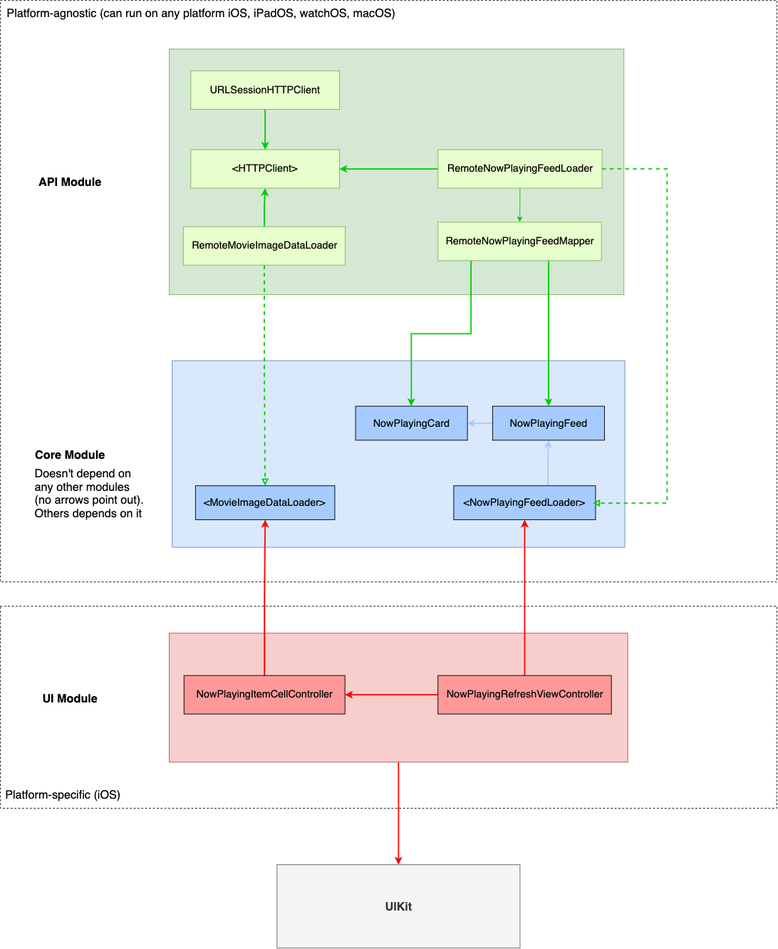
This is Architecture.png from LearnWithTung/MoviesApplication, a draw.io export, as it was before one commit. Source tidied: cells renumbered, new cells last; positions are measured from the earlier drawing's top-left corner, leaving out a move shared by most shapes. Source of this version:
```xml
<mxGraphModel>
  <root>
    <mxCell id="0" />
    <mxCell id="1" parent="0" />
    <mxCell id="2" style="rounded=0;whiteSpace=wrap;html=1;fillColor=#dae8fc;strokeColor=#6c8ebf;" parent="1" vertex="1">
      <mxGeometry x="268" y="562" width="706" height="291" as="geometry" />
    </mxCell>
    <mxCell id="3" style="edgeStyle=orthogonalEdgeStyle;rounded=0;jettySize=auto;html=1;exitX=0.664;exitY=-0.011;exitDx=0;exitDy=0;strokeColor=#A6CCFF;strokeWidth=2;exitPerimeter=0;" parent="1" edge="1" source="4" target="6">
      <mxGeometry relative="1" as="geometry" />
    </mxCell>
    <mxCell id="4" value="&amp;lt;NowPlayingFeedLoader&amp;gt;" style="rounded=0;whiteSpace=wrap;html=1;fontSize=16;fillColor=#A6CCFF;" parent="1" vertex="1">
      <mxGeometry x="707.1" y="757" width="221.2" height="53" as="geometry" />
    </mxCell>
    <mxCell id="5" style="edgeStyle=orthogonalEdgeStyle;rounded=0;jettySize=auto;html=1;strokeColor=#A6CCFF;strokeWidth=2;" parent="1" edge="1" source="6" target="7">
      <mxGeometry relative="1" as="geometry" />
    </mxCell>
    <mxCell id="6" value="NowPlayingFeed" style="rounded=0;whiteSpace=wrap;html=1;fontSize=16;fillColor=#A6CCFF;" parent="1" vertex="1">
      <mxGeometry x="767.8" y="633" width="174.5" height="53" as="geometry" />
    </mxCell>
    <mxCell id="7" value="NowPlayingCard" style="rounded=0;whiteSpace=wrap;html=1;fontSize=16;fillColor=#A6CCFF;" parent="1" vertex="1">
      <mxGeometry x="554" y="633" width="174.5" height="53" as="geometry" />
    </mxCell>
    <mxCell id="8" style="rounded=0;whiteSpace=wrap;html=1;fillColor=#d5e8d4;strokeColor=#82b366;" parent="1" vertex="1">
      <mxGeometry x="263.5" y="76" width="709" height="383" as="geometry" />
    </mxCell>
    <mxCell id="9" style="edgeStyle=orthogonalEdgeStyle;rounded=0;jettySize=auto;html=1;strokeColor=#00CC00;" parent="1" edge="1" source="12" target="15">
      <mxGeometry relative="1" as="geometry" />
    </mxCell>
    <mxCell id="10" style="edgeStyle=orthogonalEdgeStyle;rounded=0;jettySize=auto;html=1;endArrow=classic;endFill=1;strokeWidth=2;entryX=1;entryY=0.5;entryDx=0;entryDy=0;strokeColor=#00CC00;" parent="1" edge="1" source="12" target="16">
      <mxGeometry relative="1" as="geometry" />
    </mxCell>
    <mxCell id="11" style="edgeStyle=orthogonalEdgeStyle;rounded=0;jettySize=auto;html=1;fontSize=16;endArrow=block;endFill=0;strokeColor=#00CC00;strokeWidth=2;dashed=1;" parent="1" edge="1" source="12">
      <mxGeometry relative="1" as="geometry">
        <mxPoint x="924" y="784" as="targetPoint" />
        <Array as="points">
          <mxPoint x="1040" y="263" />
          <mxPoint x="1040" y="784" />
        </Array>
      </mxGeometry>
    </mxCell>
    <mxCell id="12" value="RemoteNowPlayingFeedLoader" style="rounded=0;whiteSpace=wrap;html=1;fontSize=16;strokeColor=#82b366;fillColor=#E6FFCC;" parent="1" vertex="1">
      <mxGeometry x="682.5" y="233" width="256" height="60" as="geometry" />
    </mxCell>
    <mxCell id="13" style="edgeStyle=orthogonalEdgeStyle;rounded=0;jettySize=auto;html=1;fontSize=16;endArrow=classic;endFill=1;strokeColor=#00CC00;strokeWidth=2;" parent="1" edge="1" source="15" target="7">
      <mxGeometry relative="1" as="geometry">
        <Array as="points">
          <mxPoint x="734" y="520" />
          <mxPoint x="641" y="520" />
        </Array>
      </mxGeometry>
    </mxCell>
    <mxCell id="14" style="edgeStyle=orthogonalEdgeStyle;rounded=0;jettySize=auto;html=1;fontSize=16;endArrow=classic;endFill=1;strokeColor=#00CC00;strokeWidth=2;" parent="1" edge="1" source="15" target="6">
      <mxGeometry relative="1" as="geometry">
        <Array as="points">
          <mxPoint x="855" y="456" />
          <mxPoint x="855" y="456" />
        </Array>
      </mxGeometry>
    </mxCell>
    <mxCell id="15" value="RemoteNowPlayingFeedMapper" style="rounded=0;whiteSpace=wrap;html=1;fontSize=16;strokeColor=#82b366;fillColor=#E6FFCC;" parent="1" vertex="1">
      <mxGeometry x="682.5" y="346" width="255" height="60" as="geometry" />
    </mxCell>
    <mxCell id="16" value="&amp;lt;HTTPClient&amp;gt;" style="rounded=0;whiteSpace=wrap;html=1;fontSize=16;strokeColor=#82b366;fillColor=#E6FFCC;" parent="1" vertex="1">
      <mxGeometry x="297" y="233" width="232" height="60" as="geometry" />
    </mxCell>
    <mxCell id="17" style="edgeStyle=orthogonalEdgeStyle;rounded=0;jettySize=auto;html=1;endArrow=classic;endFill=1;strokeWidth=2;strokeColor=#00CC00;" parent="1" edge="1" source="18" target="16">
      <mxGeometry relative="1" as="geometry" />
    </mxCell>
    <mxCell id="18" value="URLSessionHTTPClient" style="rounded=0;whiteSpace=wrap;html=1;fontSize=16;strokeColor=#82b366;fillColor=#E6FFCC;" parent="1" vertex="1">
      <mxGeometry x="297" y="110" width="232" height="60" as="geometry" />
    </mxCell>
    <mxCell id="19" value="&amp;lt;MovieImageDataLoader&amp;gt;" style="rounded=0;whiteSpace=wrap;html=1;fontSize=16;fillColor=#A6CCFF;" parent="1" vertex="1">
      <mxGeometry x="304.4" y="757" width="217.2" height="53" as="geometry" />
    </mxCell>
    <mxCell id="20" style="edgeStyle=orthogonalEdgeStyle;rounded=0;jettySize=auto;html=1;endArrow=block;endFill=0;strokeWidth=2;strokeColor=#00CC00;dashed=1;" parent="1" edge="1" source="22" target="19">
      <mxGeometry relative="1" as="geometry" />
    </mxCell>
    <mxCell id="21" style="edgeStyle=orthogonalEdgeStyle;rounded=0;jettySize=auto;html=1;endArrow=classic;endFill=1;strokeWidth=2;entryX=0.5;entryY=1;entryDx=0;entryDy=0;strokeColor=#00CC00;" parent="1" edge="1" source="22" target="16">
      <mxGeometry relative="1" as="geometry" />
    </mxCell>
    <mxCell id="22" value="RemoteMovieImageDataLoader" style="rounded=0;whiteSpace=wrap;html=1;fontSize=16;strokeColor=#82b366;fillColor=#E6FFCC;" parent="1" vertex="1">
      <mxGeometry x="285.5" y="353" width="252.5" height="60" as="geometry" />
    </mxCell>
    <mxCell id="23" style="edgeStyle=orthogonalEdgeStyle;rounded=0;jettySize=auto;html=1;fontSize=18;endArrow=classic;endFill=1;strokeWidth=2;strokeColor=#FF0000;" parent="1" edge="1" source="24" target="33">
      <mxGeometry relative="1" as="geometry" />
    </mxCell>
    <mxCell id="24" style="rounded=0;whiteSpace=wrap;html=1;fillColor=#f8cecc;strokeColor=#b85450;" parent="1" vertex="1">
      <mxGeometry x="263.5" y="987" width="715" height="201" as="geometry" />
    </mxCell>
    <mxCell id="25" style="edgeStyle=orthogonalEdgeStyle;rounded=0;jettySize=auto;html=1;endArrow=classic;endFill=1;strokeWidth=2;strokeColor=#FF0000;" parent="1" edge="1" source="27" target="4">
      <mxGeometry relative="1" as="geometry" />
    </mxCell>
    <mxCell id="26" style="edgeStyle=orthogonalEdgeStyle;rounded=0;jettySize=auto;html=1;endArrow=classic;endFill=1;strokeWidth=2;strokeColor=#FF0000;" parent="1" edge="1" source="27" target="29">
      <mxGeometry relative="1" as="geometry" />
    </mxCell>
    <mxCell id="27" value="NowPlayingRefreshViewController" style="rounded=0;whiteSpace=wrap;html=1;fontSize=16;fillColor=#FF9999;" parent="1" vertex="1">
      <mxGeometry x="682.5" y="1053" width="270.5" height="60" as="geometry" />
    </mxCell>
    <mxCell id="28" style="edgeStyle=orthogonalEdgeStyle;rounded=0;jettySize=auto;html=1;endArrow=classic;endFill=1;strokeWidth=2;strokeColor=#FF0000;" parent="1" edge="1" source="29" target="19">
      <mxGeometry relative="1" as="geometry" />
    </mxCell>
    <mxCell id="29" value="NowPlayingItemCellController" style="rounded=0;whiteSpace=wrap;html=1;fontSize=16;fillColor=#FF9999;" parent="1" vertex="1">
      <mxGeometry x="286.5" y="1053" width="251" height="60" as="geometry" />
    </mxCell>
    <mxCell id="30" value="API Module" style="text;html=1;strokeColor=none;fillColor=none;align=center;verticalAlign=middle;whiteSpace=wrap;rounded=0;fontSize=18;fontStyle=1;" parent="1" vertex="1">
      <mxGeometry x="32" y="232.5" width="154" height="101.5" as="geometry" />
    </mxCell>
    <mxCell id="31" value="Core Module" style="text;html=1;strokeColor=none;fillColor=none;align=center;verticalAlign=middle;whiteSpace=wrap;rounded=0;fontSize=18;fontStyle=1;" parent="1" vertex="1">
      <mxGeometry x="32" y="656.8" width="154" height="101.5" as="geometry" />
    </mxCell>
    <mxCell id="32" value="UI Module" style="text;html=1;strokeColor=none;fillColor=none;align=center;verticalAlign=middle;whiteSpace=wrap;rounded=0;fontSize=18;fontStyle=1;" parent="1" vertex="1">
      <mxGeometry x="32" y="1036.8" width="154" height="101.5" as="geometry" />
    </mxCell>
    <mxCell id="33" value="UIKit" style="rounded=0;whiteSpace=wrap;html=1;fontSize=18;strokeColor=#666666;fillColor=#f5f5f5;fontStyle=1;fontColor=#333333;" parent="1" vertex="1">
      <mxGeometry x="431.5" y="1348" width="379" height="130" as="geometry" />
    </mxCell>
    <mxCell id="34" style="rounded=0;whiteSpace=wrap;html=1;fontSize=18;strokeColor=#000000;gradientColor=none;fillColor=none;dashed=1;fontStyle=1;" parent="1" vertex="1">
      <mxGeometry width="1211" height="907" as="geometry" />
    </mxCell>
    <mxCell id="35" value="Platform-agnostic (can run on any platform iOS, iPadOS, watchOS, macOS)" style="text;html=1;strokeColor=none;fillColor=none;align=center;verticalAlign=middle;whiteSpace=wrap;rounded=0;dashed=1;fontSize=18;" parent="1" vertex="1">
      <mxGeometry y="3" width="627" height="34" as="geometry" />
    </mxCell>
    <mxCell id="36" style="rounded=0;whiteSpace=wrap;html=1;fontSize=18;strokeColor=#000000;gradientColor=none;fillColor=none;dashed=1;fontStyle=1;" parent="1" vertex="1">
      <mxGeometry y="945" width="1211" height="315" as="geometry" />
    </mxCell>
    <mxCell id="37" value="Platform-specific (iOS)" style="text;html=1;strokeColor=none;fillColor=none;align=center;verticalAlign=middle;whiteSpace=wrap;rounded=0;dashed=1;fontSize=18;" parent="1" vertex="1">
      <mxGeometry y="1222" width="196" height="34" as="geometry" />
    </mxCell>
    <mxCell id="38" value="Doesn't depend on any other modules (no arrows point out). Others depends on it" style="text;html=1;strokeColor=none;fillColor=none;align=left;verticalAlign=middle;whiteSpace=wrap;rounded=0;dashed=1;fontSize=18;" parent="1" vertex="1">
      <mxGeometry x="52" y="723" width="181" height="90" as="geometry" />
    </mxCell>
  </root>
</mxGraphModel>
```
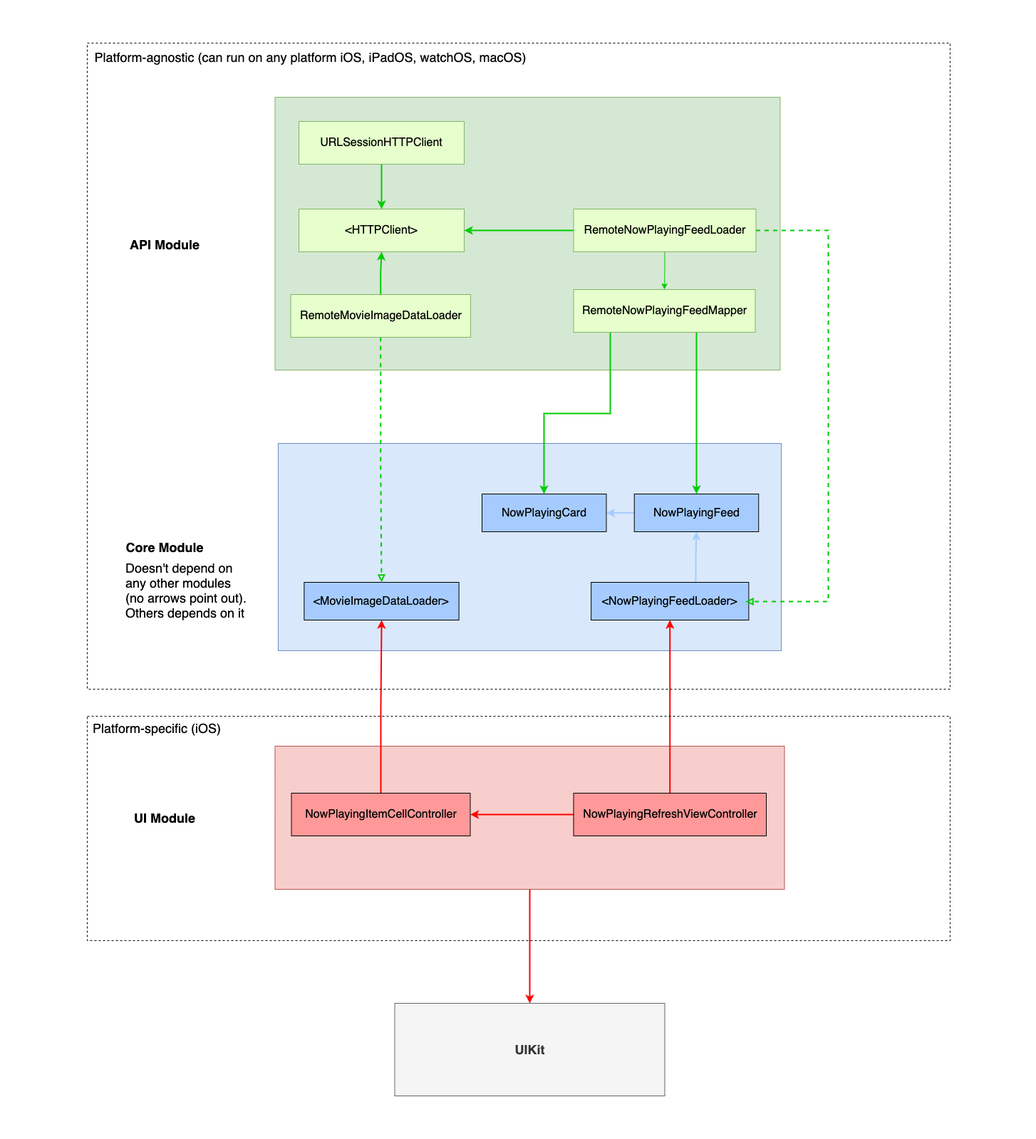
The same file after the commit.

Commit message:
replace architecture image

The edit, as a diff of the source:
```diff
@@ -124,10 +124,22 @@
       <mxGeometry y="945" width="1211" height="315" as="geometry" />
     </mxCell>
     <mxCell id="37" value="Platform-specific (iOS)" style="text;html=1;strokeColor=none;fillColor=none;align=center;verticalAlign=middle;whiteSpace=wrap;rounded=0;dashed=1;fontSize=18;" parent="1" vertex="1">
-      <mxGeometry y="1222" width="196" height="34" as="geometry" />
+      <mxGeometry y="945" width="196" height="34" as="geometry" />
     </mxCell>
     <mxCell id="38" value="Doesn't depend on any other modules (no arrows point out). Others depends on it" style="text;html=1;strokeColor=none;fillColor=none;align=left;verticalAlign=middle;whiteSpace=wrap;rounded=0;dashed=1;fontSize=18;" parent="1" vertex="1">
       <mxGeometry x="52" y="723" width="181" height="90" as="geometry" />
     </mxCell>
+    <mxCell id="39" style="rounded=0;whiteSpace=wrap;html=1;dashed=1;fontSize=18;fillColor=none;gradientColor=none;align=left;strokeColor=none;" parent="1" vertex="1">
+      <mxGeometry x="-122" width="120" height="60" as="geometry" />
+    </mxCell>
+    <mxCell id="40" style="rounded=0;whiteSpace=wrap;html=1;dashed=1;fontSize=18;fillColor=none;gradientColor=none;align=left;strokeColor=none;" parent="1" vertex="1">
+      <mxGeometry x="1211" width="120" height="60" as="geometry" />
+    </mxCell>
+    <mxCell id="41" style="rounded=0;whiteSpace=wrap;html=1;dashed=1;fontSize=18;fillColor=none;gradientColor=none;align=left;strokeColor=none;" parent="1" vertex="1">
+      <mxGeometry y="-60" width="120" height="60" as="geometry" />
+    </mxCell>
+    <mxCell id="42" style="rounded=0;whiteSpace=wrap;html=1;dashed=1;fontSize=18;fillColor=none;gradientColor=none;align=left;strokeColor=none;" parent="1" vertex="1">
+      <mxGeometry x="431.5" y="1478" width="120" height="60" as="geometry" />
+    </mxCell>
   </root>
 </mxGraphModel>
```
